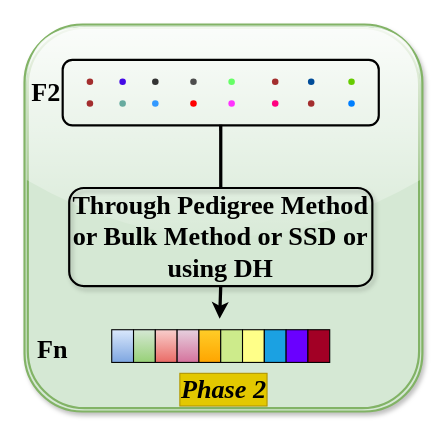
Before: page "Page-2" (2 of 3) of vit_presentation.drawio in ravindra2859/Figure_Poster, a draw.io diagram. Source tidied: cells renumbered, new cells numbered last; positions are measured from the earlier drawing's top-left corner, leaving out a move shared by most shapes. Both pictures are drawn from the tidied source at 109%, with x=0, y=0 at pixel (24, 24).
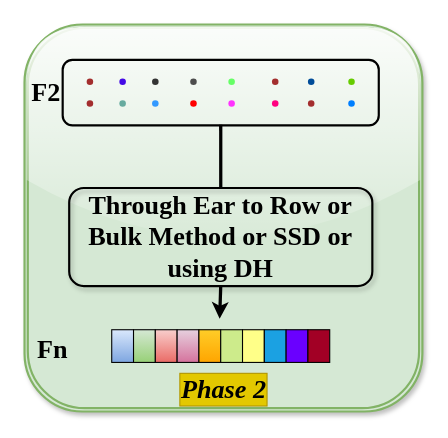
The same diagram, later.

Commit message:
changed the predigree method to ear to row method

What changed in the source:
```diff
@@
-    <mxCell id="4" value="&lt;font style=&quot;font-size: 24px;&quot; face=&quot;Times New Roman&quot;&gt;&lt;b style=&quot;&quot;&gt;Through Pedigree Method or Bulk Method or SSD or using DH&lt;/b&gt;&lt;/font&gt;" style="text;html=1;align=center;verticalAlign=middle;whiteSpace=wrap;rounded=1;fillColor=none;strokeColor=default;strokeWidth=2;glass=0;shadow=1;" parent="1" vertex="1">
+    <mxCell id="4" value="&lt;font style=&quot;font-size: 24px;&quot; face=&quot;Times New Roman&quot;&gt;&lt;b style=&quot;&quot;&gt;Through Ear to Row or Bulk Method or SSD or using DH&lt;/b&gt;&lt;/font&gt;" style="text;html=1;align=center;verticalAlign=middle;whiteSpace=wrap;rounded=1;fillColor=none;strokeColor=default;strokeWidth=2;glass=0;shadow=1;" parent="1" vertex="1">
       <mxGeometry x="41" y="150" width="278.1" height="90" as="geometry" />
     </mxCell>
```
